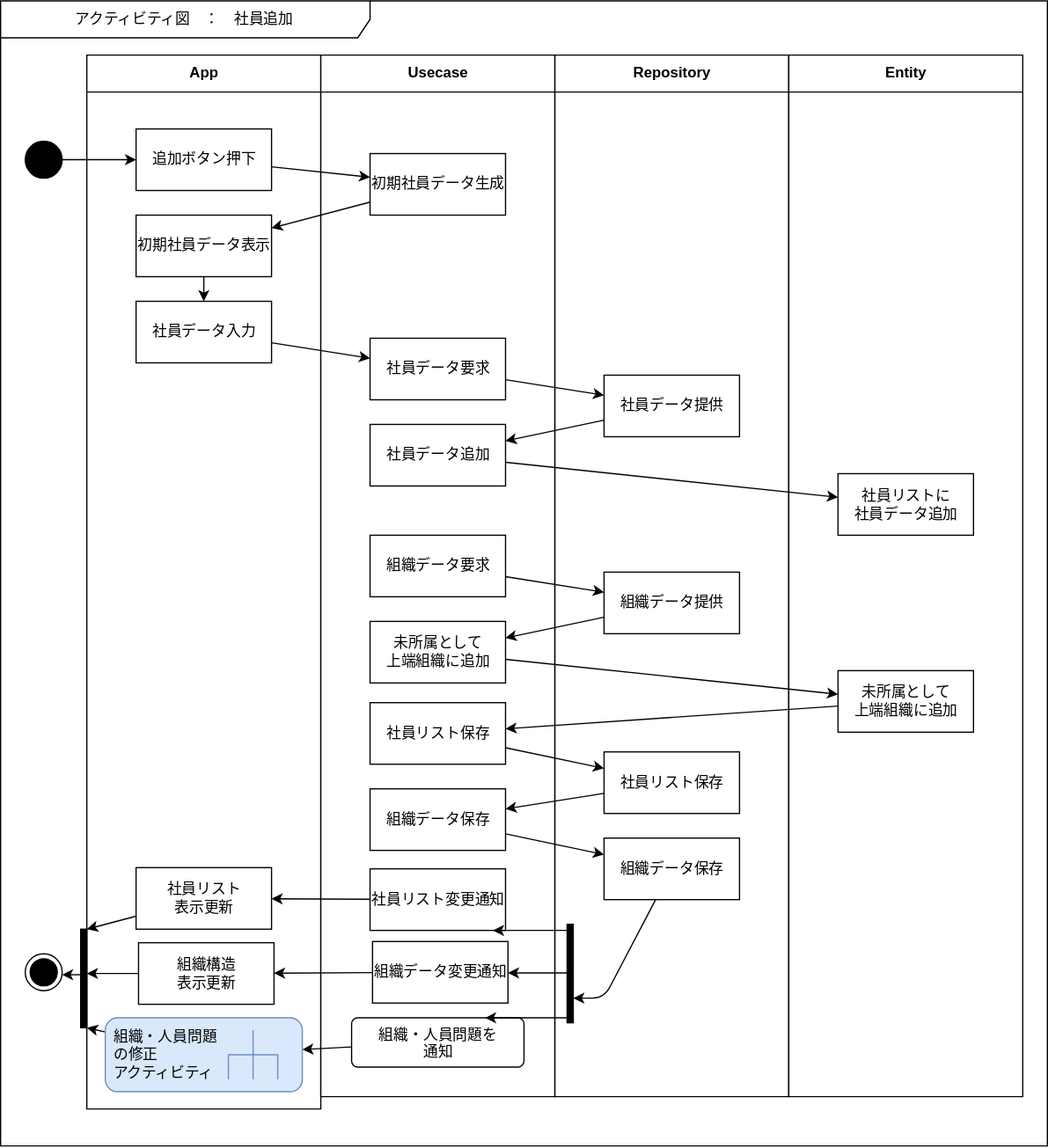
The draw.io diagram Designs/アクティビティ/社員追加.svg in bosssanovar/LightMvvmSample, before a commit. Source tidied: cells renumbered, new cells last; positions are measured from the earlier drawing's top-left corner, leaving out a move shared by most shapes.
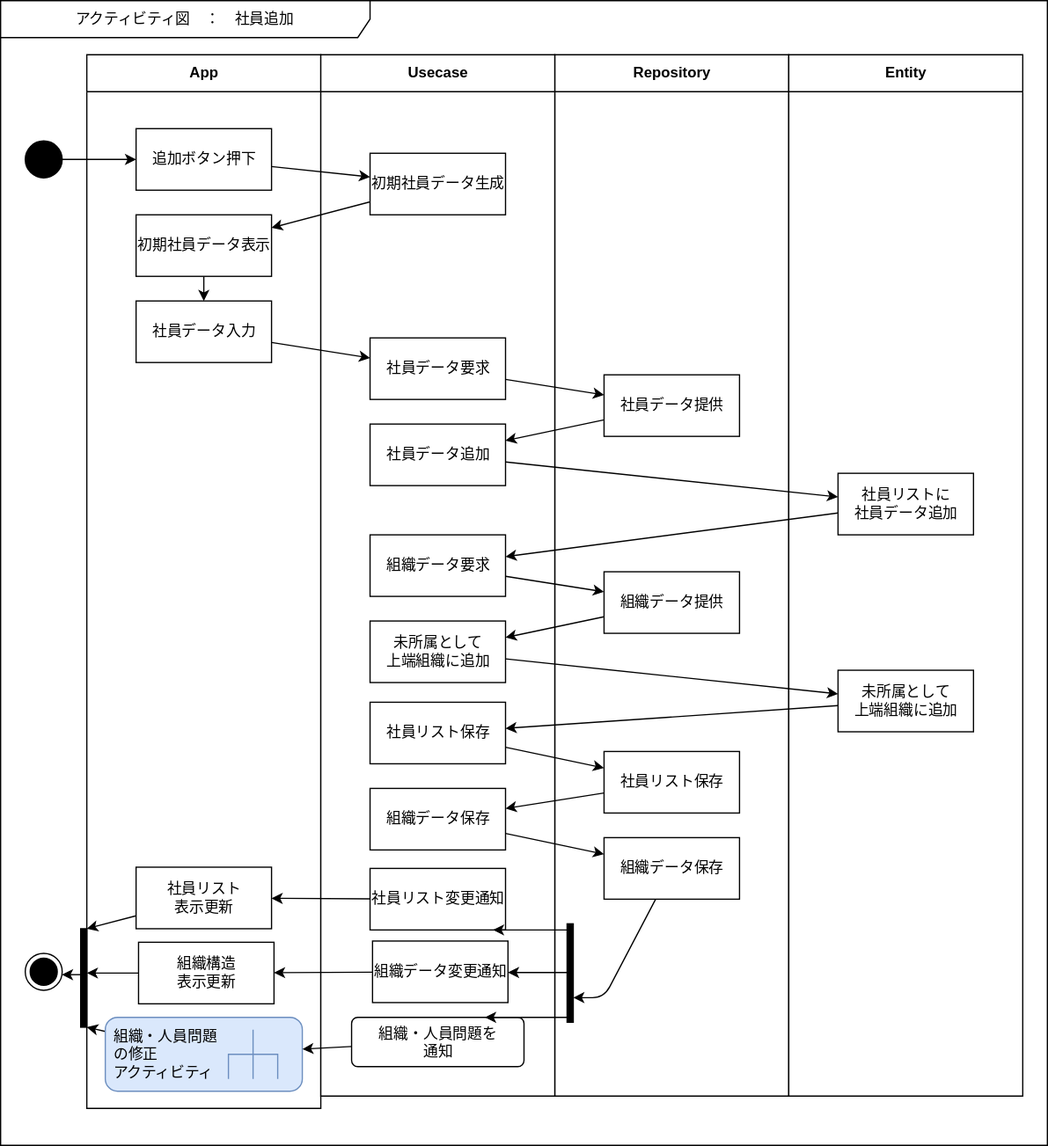
The same diagram one commit later.

Commit message:
設計図微修正

Diff of the diagram source:
```diff
@@ -177,5 +177,8 @@
     <mxCell id="58" style="edgeStyle=none;html=1;" parent="1" edge="1" source="6" target="54">
       <mxGeometry relative="1" as="geometry" />
     </mxCell>
+    <mxCell id="59" style="edgeStyle=none;html=1;" parent="1" edge="1" source="8" target="44">
+      <mxGeometry relative="1" as="geometry" />
+    </mxCell>
   </root>
 </mxGraphModel>
```
